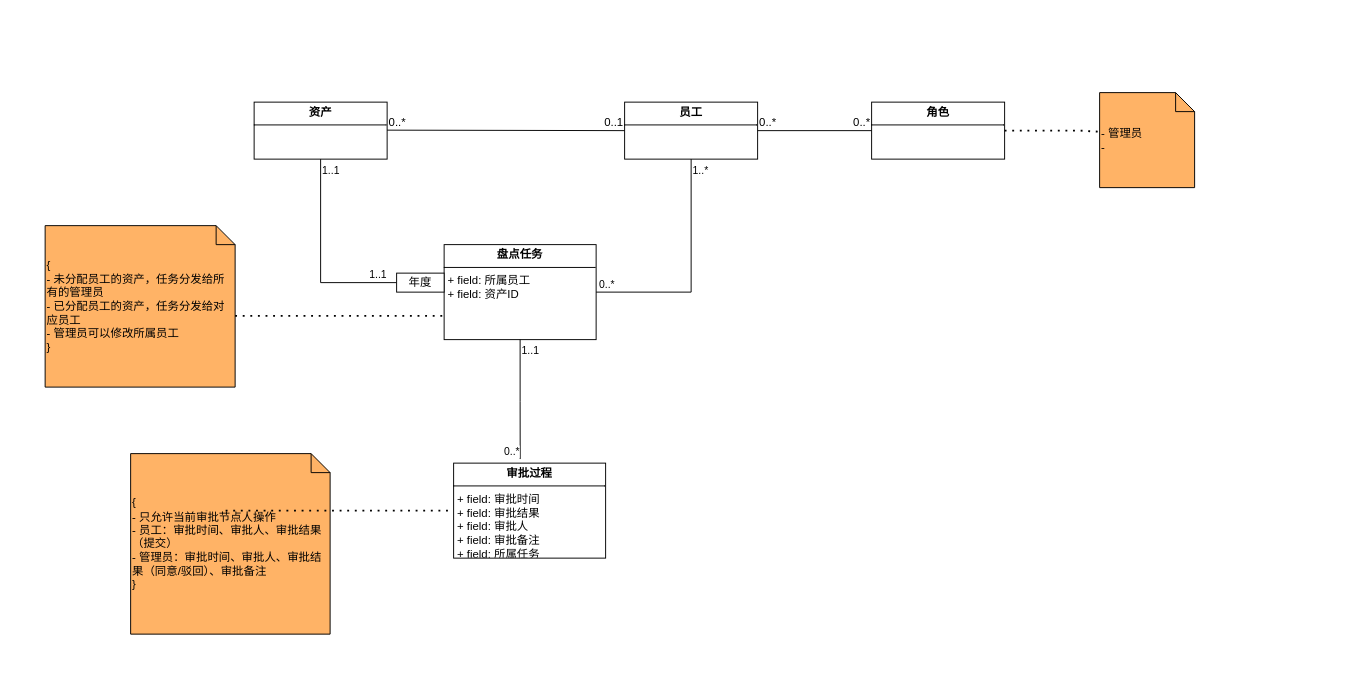
Above: 未命名绘图.drawio in wangxiaochuang/drawio (draw.io), before the change. Source tidied: cells renumbered, new cells numbered last; positions are measured from the earlier drawing's top-left corner, leaving out a move shared by most shapes. Both pictures are drawn from the tidied source at 95%, with x=0, y=0 at pixel (45, 92).
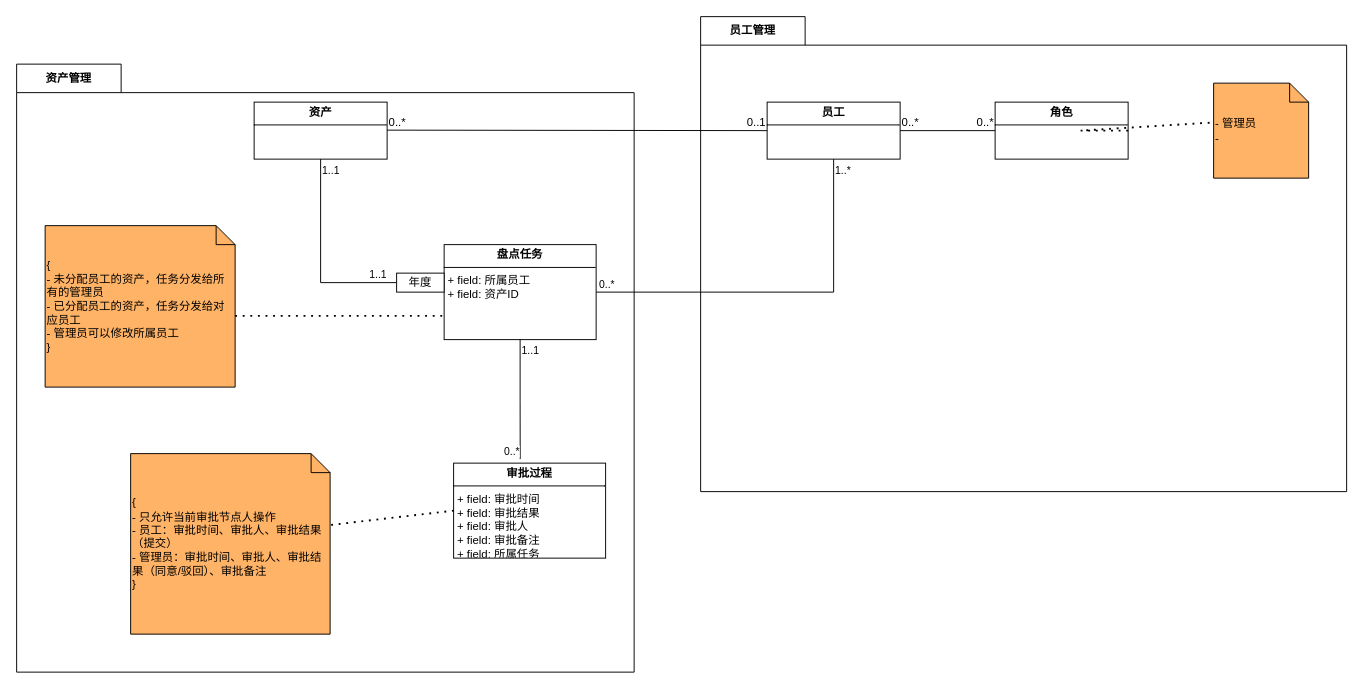
After the change.

Commit message:
更新未命名绘图.drawio

The change refers to these unchanged cells:
```xml
<mxCell id="11" value="&lt;p style=&quot;margin:0px;margin-top:4px;text-align:center;&quot;&gt;&lt;b&gt;审批过程&lt;/b&gt;&lt;/p&gt;&lt;hr size=&quot;1&quot; style=&quot;border-style:solid;&quot;&gt;&lt;p style=&quot;margin:0px;margin-left:4px;&quot;&gt;+ field: 审批时间&lt;/p&gt;&lt;p style=&quot;margin:0px;margin-left:4px;&quot;&gt;+ field: 审批结果&lt;/p&gt;&lt;p style=&quot;margin:0px;margin-left:4px;&quot;&gt;+ field: 审批人&lt;/p&gt;&lt;p style=&quot;margin:0px;margin-left:4px;&quot;&gt;+ field: 审批备注&lt;/p&gt;&lt;p style=&quot;margin:0px;margin-left:4px;&quot;&gt;+ field: 所属任务&lt;/p&gt;" style="verticalAlign=top;align=left;overflow=fill;html=1;whiteSpace=wrap;" parent="1" vertex="1">
  <mxGeometry x="430" y="390" width="160" height="100" as="geometry" />
</mxCell>
<mxCell id="15" value="{&lt;div&gt;- 只允许当前审批节点人操作&lt;br&gt;&lt;div&gt;&lt;span style=&quot;background-color: initial;&quot;&gt;- 员工：审批时间、审批人、审批结果（提交）&lt;/span&gt;&lt;/div&gt;&lt;div&gt;- 管理员：审批时间、审批人、审批结果（同意/驳回）、审批备注&lt;/div&gt;&lt;div&gt;}&lt;/div&gt;&lt;/div&gt;" style="shape=note;size=20;whiteSpace=wrap;html=1;align=left;fillColor=#FFB366;" parent="1" vertex="1">
  <mxGeometry x="90" y="380" width="210" height="190" as="geometry" />
</mxCell>
```

The edit, as a diff of the source:
```diff
@@
+    <mxCell id="29" value="员工管理" style="shape=folder;fontStyle=1;tabWidth=110;tabHeight=30;tabPosition=left;html=1;boundedLbl=1;labelInHeader=1;whiteSpace=wrap;" parent="1" vertex="1">
+      <mxGeometry x="690" y="-80" width="680" height="500" as="geometry" />
+    </mxCell>
+    <mxCell id="30" style="html=1;strokeColor=none;fillColor=none;whiteSpace=wrap;" parent="29" vertex="1">
+      <mxGeometry width="680" height="350" relative="1" as="geometry">
+        <mxPoint y="30" as="offset" />
+      </mxGeometry>
+    </mxCell>
+    <mxCell id="31" value="资产管理" style="shape=folder;fontStyle=1;tabWidth=110;tabHeight=30;tabPosition=left;html=1;boundedLbl=1;labelInHeader=1;whiteSpace=wrap;" parent="1" vertex="1">
+      <mxGeometry x="-30" y="-30" width="650" height="640" as="geometry" />
+    </mxCell>
+    <mxCell id="32" style="html=1;strokeColor=none;fillColor=none;whiteSpace=wrap;" parent="31" vertex="1">
+      <mxGeometry width="650" height="448" relative="1" as="geometry">
+        <mxPoint y="30" as="offset" />
+      </mxGeometry>
+    </mxCell>
@@
     <mxCell id="3" value="&lt;p style=&quot;margin:0px;margin-top:4px;text-align:center;&quot;&gt;&lt;b&gt;员工&lt;/b&gt;&lt;/p&gt;&lt;hr size=&quot;1&quot; style=&quot;border-style:solid;&quot;&gt;&lt;div style=&quot;height:2px;&quot;&gt;&lt;/div&gt;" style="verticalAlign=top;align=left;overflow=fill;html=1;whiteSpace=wrap;" parent="1" vertex="1">
-      <mxGeometry x="610" y="10" width="140" height="60" as="geometry" />
+      <mxGeometry x="760" y="10" width="140" height="60" as="geometry" />
     </mxCell>
@@
-    <mxCell id="16" style="endArrow=none;dashed=1;html=1;dashPattern=1 3;strokeWidth=2;rounded=0;exitX=0;exitY=0;exitDx=100;exitDy=60;exitPerimeter=0;entryX=0;entryY=0.5;entryDx=0;entryDy=0;" parent="1" edge="1" source="15" target="11">
+    <mxCell id="16" style="endArrow=none;dashed=1;html=1;dashPattern=1 3;strokeWidth=2;rounded=0;exitX=1.005;exitY=0.395;exitDx=0;exitDy=0;exitPerimeter=0;entryX=0;entryY=0.5;entryDx=0;entryDy=0;" parent="1" edge="1" source="15" target="11">
       <mxGeometry relative="1" as="geometry" />
     </mxCell>
@@
     <mxCell id="18" value="&lt;p style=&quot;margin:0px;margin-top:4px;text-align:center;&quot;&gt;&lt;b&gt;角色&lt;/b&gt;&lt;/p&gt;&lt;hr size=&quot;1&quot; style=&quot;border-style:solid;&quot;&gt;&lt;div style=&quot;height:2px;&quot;&gt;&lt;/div&gt;" style="verticalAlign=top;align=left;overflow=fill;html=1;whiteSpace=wrap;" parent="1" vertex="1">
-      <mxGeometry x="870" y="10" width="140" height="60" as="geometry" />
+      <mxGeometry x="1000" y="10" width="140" height="60" as="geometry" />
     </mxCell>
@@
     <mxCell id="22" value="- 管理员&lt;div&gt;-&amp;nbsp;&lt;/div&gt;" style="shape=note;size=20;whiteSpace=wrap;html=1;align=left;fillColor=#FFB366;" parent="1" vertex="1">
-      <mxGeometry x="1110" width="100" height="100" as="geometry" />
+      <mxGeometry x="1230" y="-10" width="100" height="100" as="geometry" />
     </mxCell>
```
